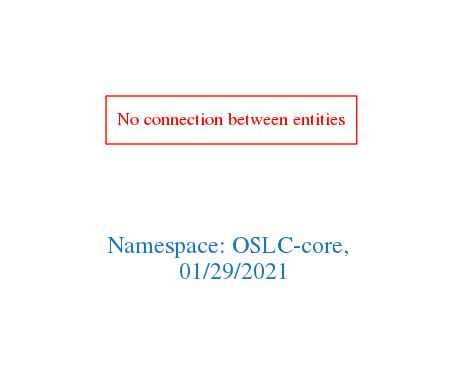
Above: downloads/OSLC-core.png in arago/OGIT (Graphviz), before the change. Its source is kept beside it as downloads/OSLC-core.dot.
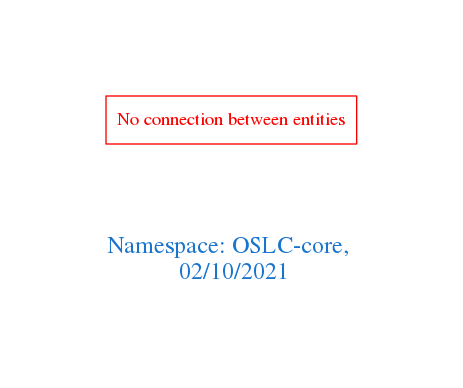
The same diagram one commit later.

Change to the diagram source:
```diff
@@ -1,7 +1,7 @@
 digraph OGIT_ontology {
  graph [ rankdir= LR,pad=1
 fontsize = 18,
-fontcolor= dodgerblue3,label = "\n\n\nNamespace: OSLC-core, \n 01/29/2021"];
+fontcolor= dodgerblue3,label = "\n\n\nNamespace: OSLC-core, \n 02/10/2021"];
 node[shape=polygon];
 edge [  color="gray81"];
 
```
